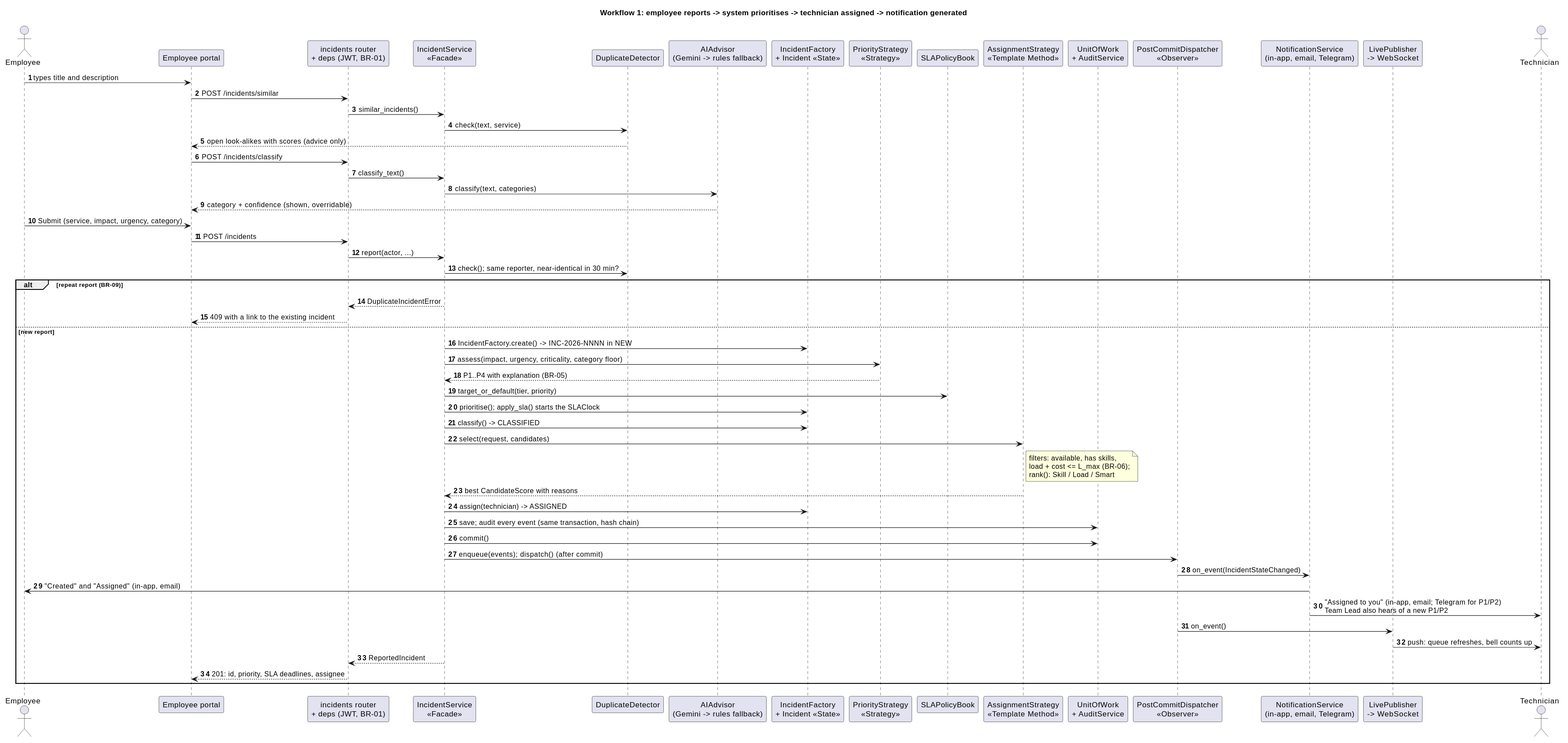
Above: docs/diagrams/sequence-wf1.svg in Siddhant944/i-itsm (PlantUML), before the change. Source of this version:
```plantuml
@startuml
skinparam shadowing false
skinparam defaultFontName Helvetica
skinparam sequenceMessageAlign left
autonumber
title Workflow 1: employee reports -> system prioritises -> technician assigned -> notification generated

actor Employee
participant "Employee portal" as UI
participant "incidents router\n+ deps (JWT, BR-01)" as API
participant "IncidentService\n<<Facade>>" as SVC
participant "DuplicateDetector" as DUP
participant "AIAdvisor\n(Gemini -> rules fallback)" as AI
participant "IncidentFactory\n+ Incident <<State>>" as INC
participant "PriorityStrategy\n<<Strategy>>" as PRIO
participant "SLAPolicyBook" as SLA
participant "AssignmentStrategy\n<<Template Method>>" as ASSIGN
participant "UnitOfWork\n+ AuditService" as UOW
participant "PostCommitDispatcher\n<<Observer>>" as DISP
participant "NotificationService\n(in-app, email, Telegram)" as NOTIF
participant "LivePublisher\n-> WebSocket" as LIVE
actor Technician

Employee -> UI : types title and description
UI -> API : POST /incidents/similar
API -> SVC : similar_incidents()
SVC -> DUP : check(text, service)
DUP --> UI : open look-alikes with scores (advice only)
UI -> API : POST /incidents/classify
API -> SVC : classify_text()
SVC -> AI : classify(text, categories)
AI --> UI : category + confidence (shown, overridable)

Employee -> UI : Submit (service, impact, urgency, category)
UI -> API : POST /incidents
API -> SVC : report(actor, ...)
SVC -> DUP : check(); same reporter, near-identical in 30 min?
alt repeat report (BR-09)
  SVC --> API : DuplicateIncidentError
  API --> UI : 409 with a link to the existing incident
else new report
  SVC -> INC : IncidentFactory.create() -> INC-2026-NNNN in NEW
  SVC -> PRIO : assess(impact, urgency, criticality, category floor)
  PRIO --> SVC : P1..P4 with explanation (BR-05)
  SVC -> SLA : target_or_default(tier, priority)
  SVC -> INC : prioritise(); apply_sla() starts the SLAClock
  SVC -> INC : classify() -> CLASSIFIED
  SVC -> ASSIGN : select(request, candidates)
  note right of ASSIGN
    filters: available, has skills,
    load + cost <= L_max (BR-06);
    rank(): Skill / Load / Smart
  end note
  ASSIGN --> SVC : best CandidateScore with reasons
  SVC -> INC : assign(technician) -> ASSIGNED
  SVC -> UOW : save; audit every event (same transaction, hash chain)
  SVC -> UOW : commit()
  SVC -> DISP : enqueue(events); dispatch()  (after commit)
  DISP -> NOTIF : on_event(IncidentStateChanged)
  NOTIF -> Employee : "Created" and "Assigned" (in-app, email)
  NOTIF -> Technician : "Assigned to you" (in-app, email; Telegram for P1/P2)\nTeam Lead also hears of a new P1/P2
  DISP -> LIVE : on_event()
  LIVE -> Technician : push: queue refreshes, bell counts up
  SVC --> API : ReportedIncident
  API --> UI : 201: id, priority, SLA deadlines, assignee
end
@enduml
```
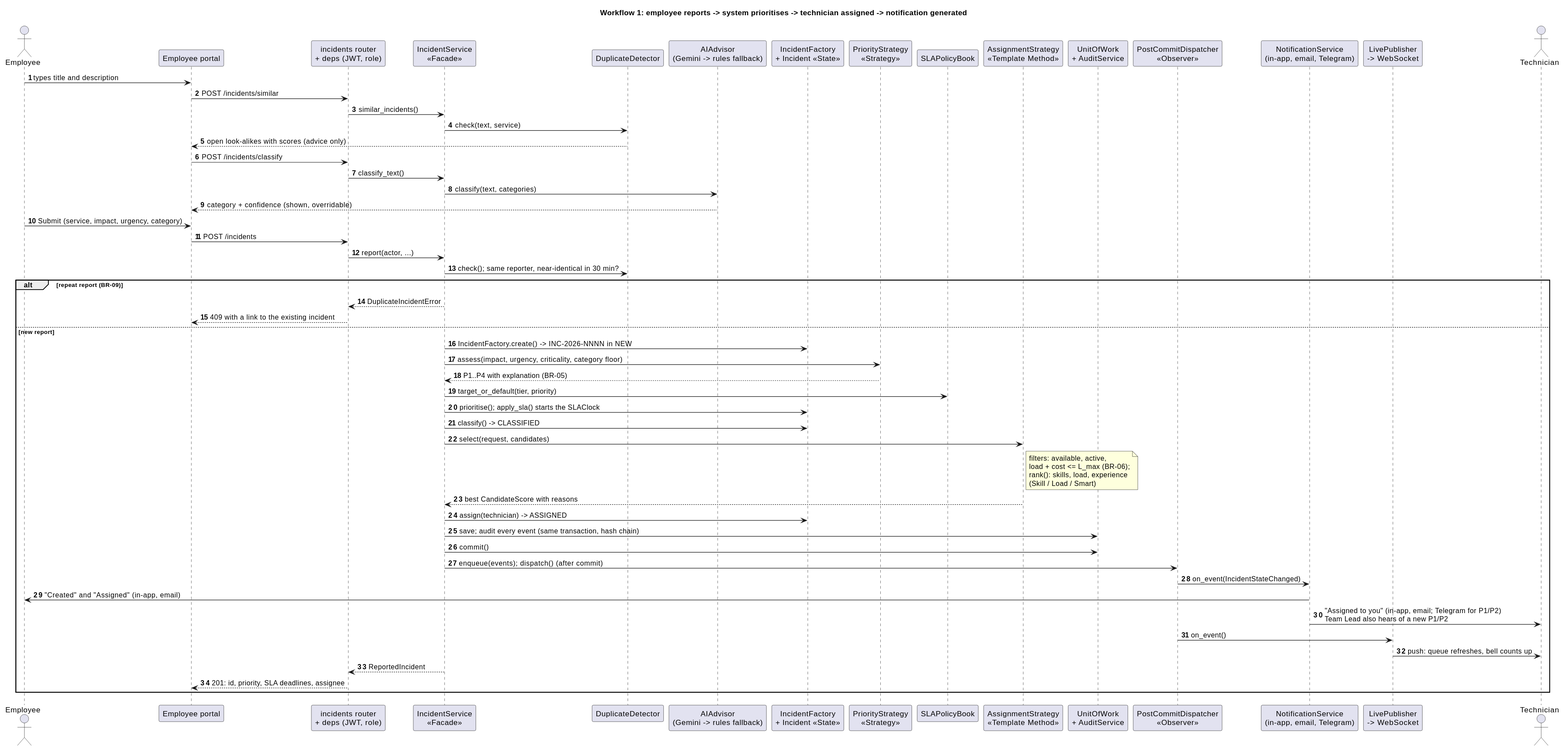
The same diagram one commit later.

The edit, as a diff of the source:
```diff
@@ -7,7 +7,7 @@
 
 actor Employee
 participant "Employee portal" as UI
-participant "incidents router\n+ deps (JWT, BR-01)" as API
+participant "incidents router\n+ deps (JWT, role)" as API
 participant "IncidentService\n<<Facade>>" as SVC
 participant "DuplicateDetector" as DUP
 participant "AIAdvisor\n(Gemini -> rules fallback)" as AI
@@ -47,9 +47,10 @@
   SVC -> INC : classify() -> CLASSIFIED
   SVC -> ASSIGN : select(request, candidates)
   note right of ASSIGN
-    filters: available, has skills,
+    filters: available, active,
     load + cost <= L_max (BR-06);
-    rank(): Skill / Load / Smart
+    rank(): skills, load, experience
+    (Skill / Load / Smart)
   end note
   ASSIGN --> SVC : best CandidateScore with reasons
   SVC -> INC : assign(technician) -> ASSIGNED
```
